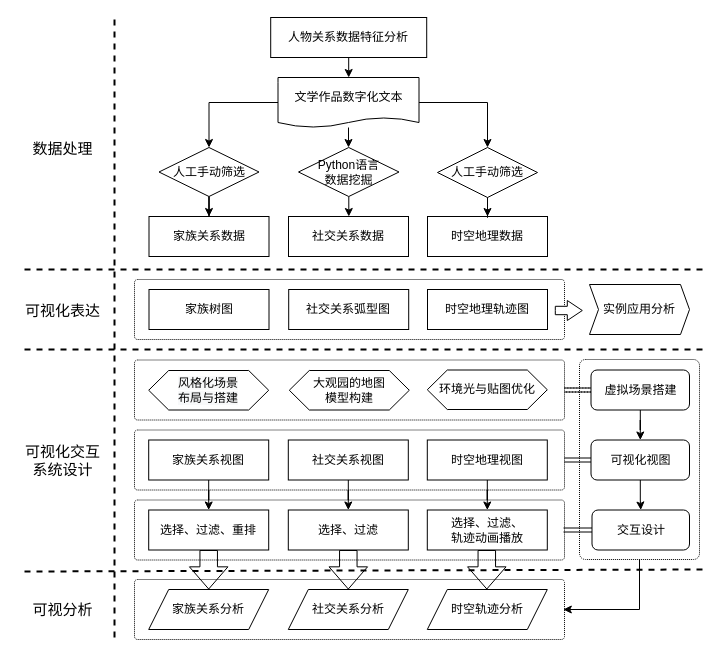
susanteen/BIGChongloumengVIS keeps this draw.io diagram as Papers/Untitled Diagram.drawio. Above is the earlier version. Source tidied: cells renumbered, new cells numbered last; positions are measured from the earlier drawing's top-left corner, leaving out a move shared by most shapes. Both pictures are drawn from the tidied source at 100%, with x=0, y=0 at pixel (17, 17).
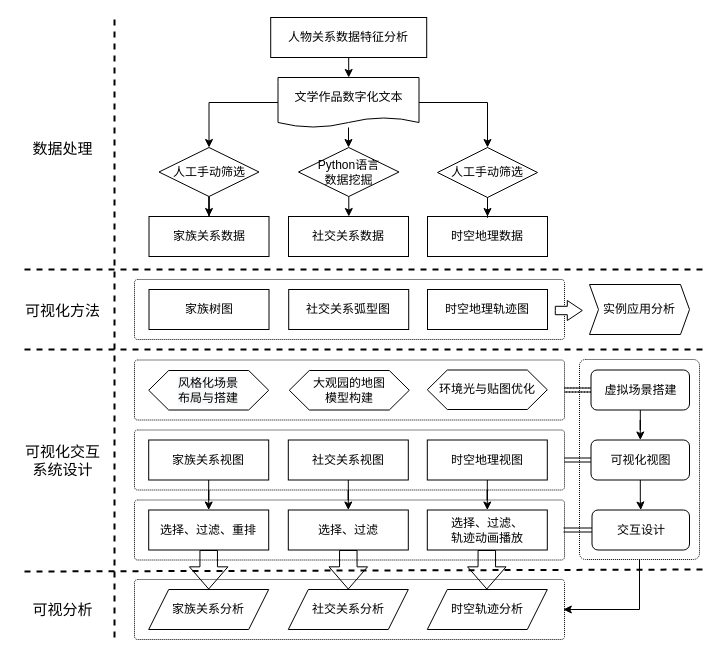
The same page after the edit.

Diff of the diagram source:
```diff
@@
-    <mxCell id="8" value="&lt;font style=&quot;font-size: 15px;&quot;&gt;可视化表达&lt;/font&gt;" style="text;html=1;align=center;verticalAlign=middle;strokeColor=none;fillColor=none;fontSize=15;" parent="1" vertex="1">
+    <mxCell id="8" value="&lt;font style=&quot;font-size: 15px&quot;&gt;可视化方法&lt;/font&gt;" style="text;html=1;align=center;verticalAlign=middle;strokeColor=none;fillColor=none;fontSize=15;" parent="1" vertex="1">
       <mxGeometry y="283" width="90" height="20" as="geometry" />
     </mxCell>
```
